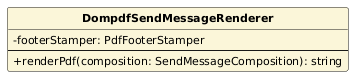
This is PB/Specifica Tecnica/ImmaginiSpecificaTecnica/ClassiSingole/DompdfSendMessageRenderer.png from aLittleByte-19/Documentazione, a PlantUML export, as it was before one commit. Source of this version:
```plantuml
@startuml
skinparam classAttributeIconSize 0
skinparam classFontStyle bold
skinparam classFontSize 13
skinparam classAttributeFontSize 11
skinparam shadowing false
hide circle
class DompdfSendMessageRenderer #FBF6D9 {
  -footerStamper: PdfFooterStamper
  --
  +renderPdf(composition: SendMessageComposition): string
}
@enduml
```
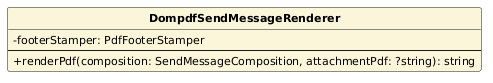
After the commit.

What changed in the source:
```diff
@@ -8,6 +8,6 @@
 class DompdfSendMessageRenderer #FBF6D9 {
   -footerStamper: PdfFooterStamper
   --
-  +renderPdf(composition: SendMessageComposition): string
+  +renderPdf(composition: SendMessageComposition, attachmentPdf: ?string): string
 }
 @enduml
```
